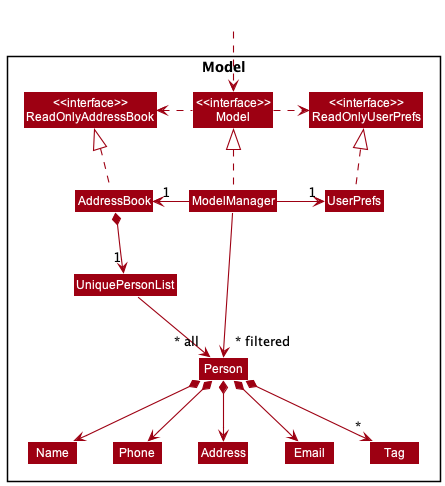
Above: docs/images/ModelClassDiagram.png in nus-cs2103-AY2223S1/tp (PlantUML), before the change. Its diagram source:
```plantuml
@startuml
!include style.puml
skinparam arrowThickness 1.1
skinparam arrowColor MODEL_COLOR
skinparam classBackgroundColor MODEL_COLOR

Package Model <<Rectangle>>{
Class "<<interface>>\nReadOnlyAddressBook" as ReadOnlyAddressBook
Class "<<interface>>\nReadOnlyUserPrefs" as ReadOnlyUserPrefs
Class "<<interface>>\nModel" as Model
Class AddressBook
Class ModelManager
Class UserPrefs

Class UniquePersonList
Class Person
Class Address
Class Email
Class Name
Class Phone
Class Tag

}

Class HiddenOutside #FFFFFF
HiddenOutside ..> Model

AddressBook .up.|> ReadOnlyAddressBook

ModelManager .up.|> Model
Model .right.> ReadOnlyUserPrefs
Model .left.> ReadOnlyAddressBook
ModelManager -left-> "1" AddressBook
ModelManager -right-> "1" UserPrefs
UserPrefs .up.|> ReadOnlyUserPrefs

AddressBook *--> "1" UniquePersonList
UniquePersonList --> "~* all" Person
Person *--> Name
Person *--> Phone
Person *--> Email
Person *--> Address
Person *--> "*" Tag

Name -[hidden]right-> Phone
Phone -[hidden]right-> Address
Address -[hidden]right-> Email

ModelManager -->"~* filtered" Person
@enduml
```
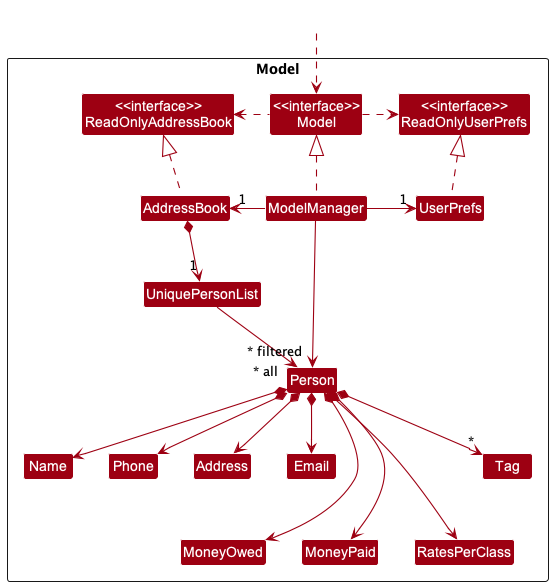
After the commit.

Diff of the diagram source:
```diff
@@ -16,8 +16,11 @@
 Class Person
 Class Address
 Class Email
+Class MoneyOwed
+Class MoneyPaid
 Class Name
 Class Phone
+Class RatesPerClass
 Class Tag
 
 }
@@ -41,10 +44,17 @@
 Person *--> Email
 Person *--> Address
 Person *--> "*" Tag
+Person *--> MoneyOwed
+Person *--> MoneyPaid
+Person *--> RatesPerClass
+
 
 Name -[hidden]right-> Phone
 Phone -[hidden]right-> Address
 Address -[hidden]right-> Email
+Name -[hidden]down-> MoneyOwed
+MoneyOwed -[hidden]right-> MoneyPaid
+MoneyPaid -[hidden]right-> RatesPerClass
 
 ModelManager -->"~* filtered" Person
 @enduml
```
